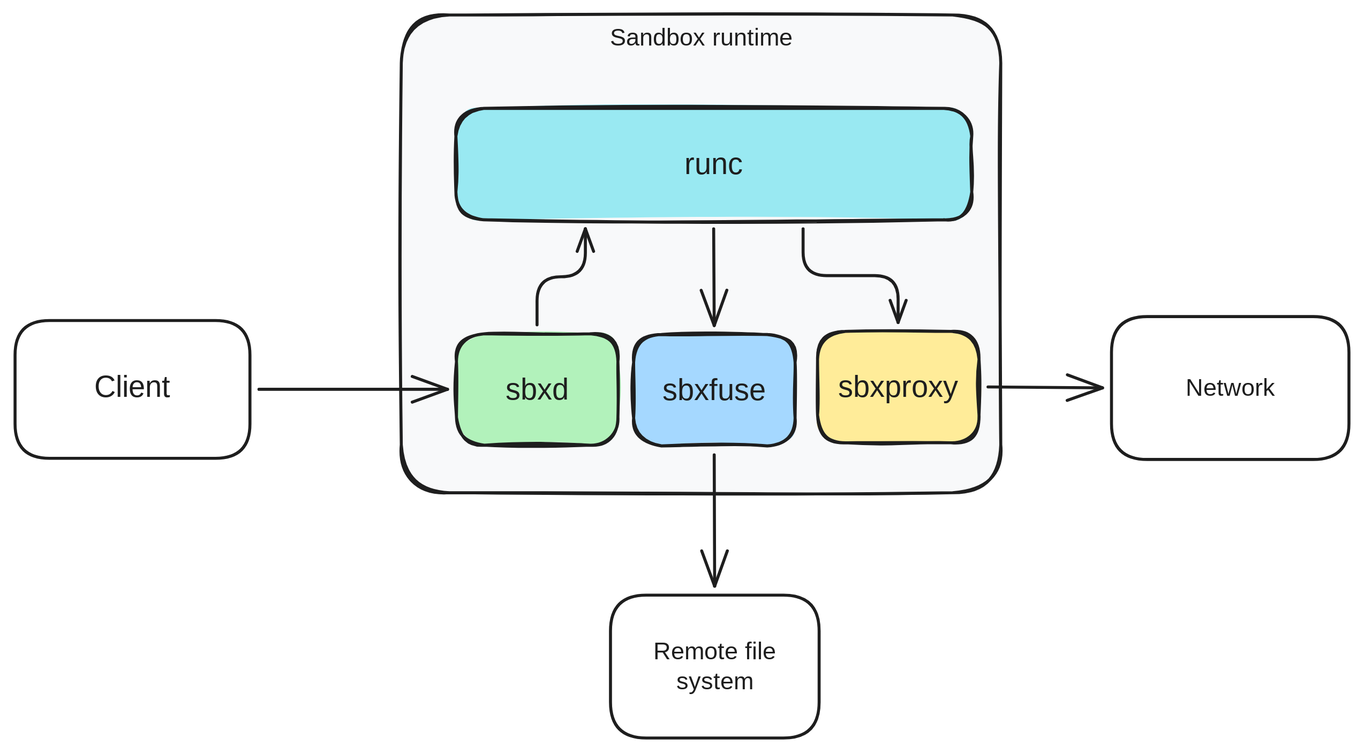
This is docs/hive-diagram.svg from hiver-sh/hiver, a Excalidraw export, as it was before one commit. Source tidied: one line per element, renumbered; positions are measured from the earlier drawing's top-left corner, leaving out a move shared by most shapes. Source of this version:
```json
{"id": 0, "type": "rectangle", "strokeColor": "#1e1e1e", "backgroundColor": "#f8f9fa", "fillStyle": "solid", "strokeWidth": 2, "roughness": 1, "round": true, "x": 258, "y": 0, "width": 400, "height": 319}
{"id": 1, "type": "text", "text": "Sandbox runtime", "strokeColor": "#1e1e1e", "strokeWidth": 2, "roughness": 1, "fontSize": 16, "fontFamily": 6, "textAlign": "center", "inside": 0, "x": 396, "y": 5, "width": 124, "height": 20}
{"id": 2, "type": "rectangle", "strokeColor": "#1e1e1e", "backgroundColor": "#99e9f2", "fillStyle": "solid", "strokeWidth": 2, "roughness": 1, "round": true, "x": 294, "y": 62, "width": 344, "height": 74}
{"id": 3, "type": "text", "text": "runc", "strokeColor": "#1e1e1e", "strokeWidth": 2, "roughness": 1, "fontSize": 20, "fontFamily": 6, "textAlign": "center", "verticalAlign": "middle", "inside": 2, "x": 446, "y": 87, "width": 39, "height": 25}
{"id": 4, "type": "rectangle", "strokeColor": "#1e1e1e", "backgroundColor": "#b2f2bb", "fillStyle": "solid", "strokeWidth": 2, "roughness": 1, "round": true, "x": 294, "y": 213, "width": 108, "height": 74}
{"id": 5, "type": "text", "text": "sbxd", "strokeColor": "#1e1e1e", "strokeWidth": 2, "roughness": 1, "fontSize": 20, "fontFamily": 6, "textAlign": "center", "verticalAlign": "middle", "inside": 4, "x": 327, "y": 237, "width": 43, "height": 25}
{"id": 6, "type": "rectangle", "strokeColor": "#1e1e1e", "backgroundColor": "#a5d8ff", "fillStyle": "solid", "strokeWidth": 2, "roughness": 1, "round": true, "x": 413, "y": 213, "width": 108, "height": 74}
{"id": 7, "type": "text", "text": "sbxfuse", "strokeColor": "#1e1e1e", "strokeWidth": 2, "roughness": 1, "fontSize": 20, "fontFamily": 6, "textAlign": "center", "verticalAlign": "middle", "inside": 6, "x": 431, "y": 238, "width": 70, "height": 25}
{"id": 8, "type": "rectangle", "strokeColor": "#1e1e1e", "backgroundColor": "#ffec99", "fillStyle": "solid", "strokeWidth": 2, "roughness": 1, "round": true, "x": 535, "y": 211, "width": 108, "height": 74}
{"id": 9, "type": "text", "text": "sbxproxy", "strokeColor": "#1e1e1e", "strokeWidth": 2, "roughness": 1, "fontSize": 20, "fontFamily": 6, "textAlign": "center", "verticalAlign": "middle", "inside": 8, "x": 548, "y": 236, "width": 82, "height": 25}
{"id": 10, "type": "rectangle", "strokeColor": "#1e1e1e", "strokeWidth": 2, "roughness": 0, "round": true, "x": 0, "y": 204, "width": 157, "height": 92}
{"id": 11, "type": "text", "text": "Client", "strokeColor": "#1e1e1e", "strokeWidth": 2, "roughness": 0, "fontSize": 20, "fontFamily": 5, "textAlign": "center", "verticalAlign": "middle", "inside": 10, "x": 51, "y": 237, "width": 54, "height": 25}
{"id": 12, "type": "arrow", "strokeColor": "#1e1e1e", "strokeWidth": 2, "roughness": 0, "endArrowhead": "arrow", "from": 4, "to": 2, "x": 348, "y": 207, "width": 32, "height": 64, "points": [[0, 0], [0, -32], [32, -32], [32, -64]]}
{"id": 13, "type": "rectangle", "strokeColor": "#1e1e1e", "strokeWidth": 2, "roughness": 0, "round": true, "x": 397, "y": 387, "width": 139, "height": 95}
{"id": 14, "type": "text", "text": "Remote file\nsystem", "strokeColor": "#1e1e1e", "strokeWidth": 2, "roughness": 0, "fontSize": 16, "fontFamily": 6, "textAlign": "center", "verticalAlign": "middle", "inside": 13, "x": 425, "y": 414, "width": 83, "height": 40}
{"id": 15, "type": "arrow", "strokeColor": "#1e1e1e", "strokeWidth": 2, "roughness": 0, "endArrowhead": "arrow", "from": 6, "to": 13, "x": 466, "y": 293, "width": 0, "height": 88, "points": [[0, 0], [0, 88]]}
{"id": 16, "type": "rectangle", "strokeColor": "#1e1e1e", "strokeWidth": 2, "roughness": 0, "round": true, "x": 731, "y": 201, "width": 158, "height": 95}
{"id": 17, "type": "text", "text": "Network", "strokeColor": "#1e1e1e", "strokeWidth": 2, "roughness": 0, "fontSize": 16, "fontFamily": 6, "textAlign": "center", "verticalAlign": "middle", "inside": 16, "x": 779, "y": 239, "width": 63, "height": 20}
{"id": 18, "type": "arrow", "strokeColor": "#1e1e1e", "strokeWidth": 2, "roughness": 0, "endArrowhead": "arrow", "from": 8, "to": 16, "x": 649, "y": 248, "width": 76, "height": 1, "points": [[0, 0], [76, 1]]}
{"id": 19, "type": "arrow", "strokeColor": "#1e1e1e", "strokeWidth": 2, "roughness": 0, "endArrowhead": "arrow", "from": 2, "to": 8, "x": 526, "y": 143, "width": 63, "height": 62, "points": [[0, 0], [0, 31], [63, 31], [63, 62]]}
{"id": 20, "type": "arrow", "strokeColor": "#1e1e1e", "strokeWidth": 2, "roughness": 0, "endArrowhead": "arrow", "from": 2, "to": 6, "x": 466, "y": 143, "width": 0, "height": 64, "points": [[0, 0], [0, 64]]}
{"id": 21, "type": "arrow", "strokeColor": "#1e1e1e", "strokeWidth": 2, "roughness": 0, "endArrowhead": "arrow", "from": 10, "to": 4, "x": 163, "y": 250, "width": 126, "height": 0, "points": [[0, 0], [126, 0]]}
```
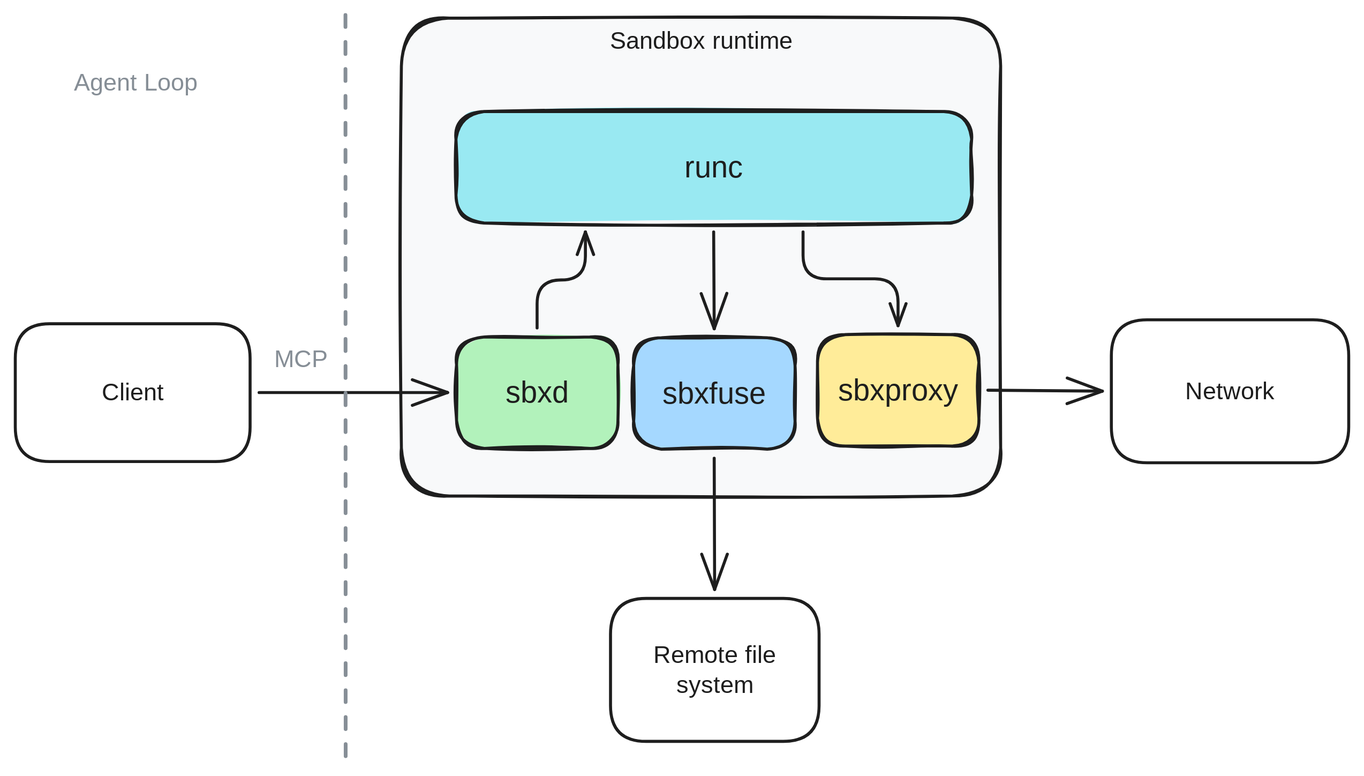
Above is the later version.

Diff of the diagram source:
```diff
@@ -9,7 +9,7 @@
 {"id": 8, "type": "rectangle", "strokeColor": "#1e1e1e", "backgroundColor": "#ffec99", "fillStyle": "solid", "strokeWidth": 2, "roughness": 1, "round": true, "x": 535, "y": 211, "width": 108, "height": 74}
 {"id": 9, "type": "text", "text": "sbxproxy", "strokeColor": "#1e1e1e", "strokeWidth": 2, "roughness": 1, "fontSize": 20, "fontFamily": 6, "textAlign": "center", "verticalAlign": "middle", "inside": 8, "x": 548, "y": 236, "width": 82, "height": 25}
 {"id": 10, "type": "rectangle", "strokeColor": "#1e1e1e", "strokeWidth": 2, "roughness": 0, "round": true, "x": 0, "y": 204, "width": 157, "height": 92}
-{"id": 11, "type": "text", "text": "Client", "strokeColor": "#1e1e1e", "strokeWidth": 2, "roughness": 0, "fontSize": 20, "fontFamily": 5, "textAlign": "center", "verticalAlign": "middle", "inside": 10, "x": 51, "y": 237, "width": 54, "height": 25}
+{"id": 11, "type": "text", "text": "Client", "strokeColor": "#1e1e1e", "strokeWidth": 2, "roughness": 0, "fontSize": 16, "fontFamily": 6, "textAlign": "center", "verticalAlign": "middle", "inside": 10, "x": 57, "y": 240, "width": 43, "height": 20}
 {"id": 12, "type": "arrow", "strokeColor": "#1e1e1e", "strokeWidth": 2, "roughness": 0, "endArrowhead": "arrow", "from": 4, "to": 2, "x": 348, "y": 207, "width": 32, "height": 64, "points": [[0, 0], [0, -32], [32, -32], [32, -64]]}
 {"id": 13, "type": "rectangle", "strokeColor": "#1e1e1e", "strokeWidth": 2, "roughness": 0, "round": true, "x": 397, "y": 387, "width": 139, "height": 95}
 {"id": 14, "type": "text", "text": "Remote file\nsystem", "strokeColor": "#1e1e1e", "strokeWidth": 2, "roughness": 0, "fontSize": 16, "fontFamily": 6, "textAlign": "center", "verticalAlign": "middle", "inside": 13, "x": 425, "y": 414, "width": 83, "height": 40}
@@ -20,3 +20,6 @@
 {"id": 19, "type": "arrow", "strokeColor": "#1e1e1e", "strokeWidth": 2, "roughness": 0, "endArrowhead": "arrow", "from": 2, "to": 8, "x": 526, "y": 143, "width": 63, "height": 62, "points": [[0, 0], [0, 31], [63, 31], [63, 62]]}
 {"id": 20, "type": "arrow", "strokeColor": "#1e1e1e", "strokeWidth": 2, "roughness": 0, "endArrowhead": "arrow", "from": 2, "to": 6, "x": 466, "y": 143, "width": 0, "height": 64, "points": [[0, 0], [0, 64]]}
 {"id": 21, "type": "arrow", "strokeColor": "#1e1e1e", "strokeWidth": 2, "roughness": 0, "endArrowhead": "arrow", "from": 10, "to": 4, "x": 163, "y": 250, "width": 126, "height": 0, "points": [[0, 0], [126, 0]]}
+{"id": 22, "type": "line", "strokeColor": "#868e96", "backgroundColor": "#ebfbee", "fillStyle": "solid", "strokeWidth": 2, "strokeStyle": "dashed", "roughness": 0, "round": true, "x": 220, "y": -2, "width": 0, "height": 497, "points": [[0, 0], [0, 497]]}
+{"id": 23, "type": "text", "text": "Agent Loop", "strokeColor": "#868e96", "backgroundColor": "#ebfbee", "fillStyle": "solid", "strokeWidth": 2, "strokeStyle": "dashed", "roughness": 0, "fontSize": 16, "fontFamily": 6, "textAlign": "center", "x": 38, "y": 33, "width": 85, "height": 20}
+{"id": 24, "type": "text", "text": "MCP", "strokeColor": "#868e96", "backgroundColor": "#ebfbee", "fillStyle": "solid", "strokeWidth": 2, "strokeStyle": "dashed", "roughness": 0, "fontSize": 16, "fontFamily": 6, "textAlign": "center", "x": 173, "y": 217, "width": 35, "height": 20}
```
